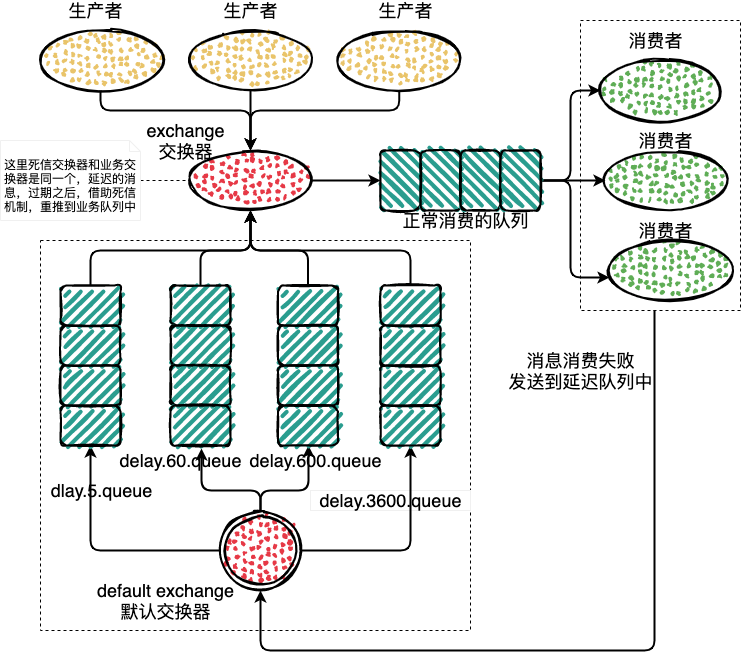
Earlier version of the draw.io export img/mq-dead-queue.png (boilingfrog/Go-POINT). Source tidied: cells renumbered, new cells last; positions are measured from the earlier drawing's top-left corner, leaving out a move shared by most shapes.
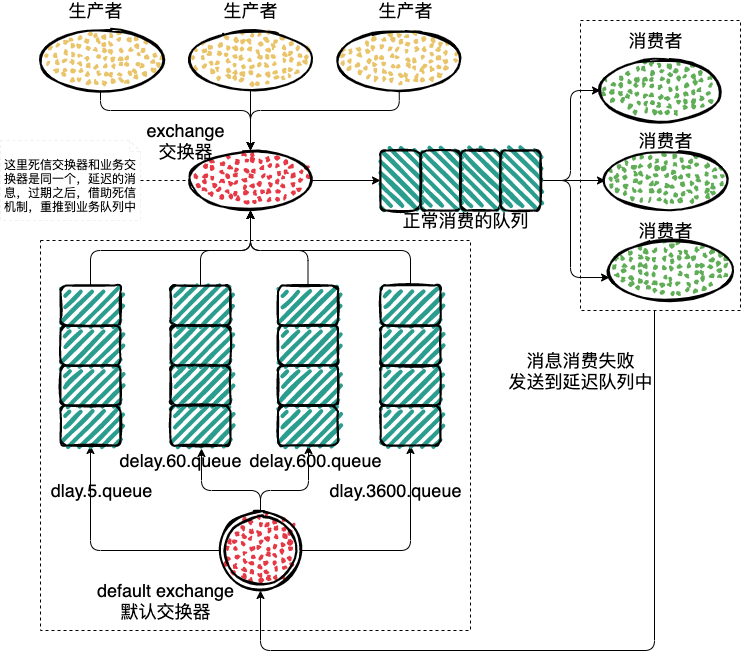
After the commit.

What changed in the source:
```diff
@@ -11,7 +11,7 @@
     <mxCell id="4" value="&lt;span style=&quot;font-size: 18px&quot;&gt;default exchange&lt;br&gt;默认交换器&lt;br&gt;&lt;/span&gt;" style="text;html=1;align=center;verticalAlign=middle;strokeColor=none;strokeWidth=1;" parent="1" vertex="1">
       <mxGeometry x="90" y="580" width="150" height="40" as="geometry" />
     </mxCell>
-    <mxCell id="5" style="edgeStyle=orthogonalEdgeStyle;html=1;entryX=0.5;entryY=1;entryDx=0;entryDy=0;strokeWidth=2;" parent="1" edge="1" source="6" target="20">
+    <mxCell id="5" style="edgeStyle=orthogonalEdgeStyle;html=1;entryX=0.5;entryY=1;entryDx=0;entryDy=0;strokeWidth=1;" parent="1" edge="1" source="6" target="20">
       <mxGeometry relative="1" as="geometry">
         <Array as="points">
           <mxPoint x="200" y="250" />
@@ -31,9 +31,6 @@
     <mxCell id="9" value="&lt;span style=&quot;font-size: 18px&quot;&gt;delay.600.queue&lt;/span&gt;" style="text;html=1;align=center;verticalAlign=middle;strokeColor=none;strokeWidth=1;" parent="1" vertex="1">
       <mxGeometry x="240" y="450" width="150" height="20" as="geometry" />
     </mxCell>
-    <mxCell id="10" value="&lt;span style=&quot;font-size: 18px&quot;&gt;delay.3600.queue&lt;/span&gt;" style="text;html=1;align=center;verticalAlign=middle;strokeWidth=1;strokeColor=#f0f0f0;" parent="1" vertex="1">
-      <mxGeometry x="310" y="490" width="160" height="20" as="geometry" />
-    </mxCell>
     <mxCell id="11" style="rounded=1;whiteSpace=wrap;html=1;strokeWidth=2;fillWeight=4;hachureGap=8;hachureAngle=45;sketch=1;fillColor=#2A9D8F;" parent="1" vertex="1">
       <mxGeometry x="380" y="150" width="40" height="60" as="geometry" />
     </mxCell>
@@ -43,7 +40,7 @@
     <mxCell id="13" style="rounded=1;whiteSpace=wrap;html=1;strokeWidth=2;fillWeight=4;hachureGap=8;hachureAngle=45;sketch=1;fillColor=#2A9D8F;" parent="1" vertex="1">
       <mxGeometry x="460" y="150" width="40" height="60" as="geometry" />
     </mxCell>
-    <mxCell id="14" style="edgeStyle=orthogonalEdgeStyle;html=1;entryX=0;entryY=0.5;entryDx=0;entryDy=0;strokeWidth=2;" parent="1" edge="1" source="17" target="57">
+    <mxCell id="14" style="edgeStyle=orthogonalEdgeStyle;html=1;entryX=0;entryY=0.5;entryDx=0;entryDy=0;strokeWidth=1;" parent="1" edge="1" source="17" target="57">
       <mxGeometry relative="1" as="geometry">
         <Array as="points">
           <mxPoint x="570" y="180" />
@@ -51,10 +48,10 @@
         </Array>
       </mxGeometry>
     </mxCell>
-    <mxCell id="15" style="edgeStyle=orthogonalEdgeStyle;html=1;entryX=0;entryY=0.5;entryDx=0;entryDy=0;strokeWidth=2;" parent="1" edge="1" source="17" target="59">
+    <mxCell id="15" style="edgeStyle=orthogonalEdgeStyle;html=1;entryX=0;entryY=0.5;entryDx=0;entryDy=0;strokeWidth=1;" parent="1" edge="1" source="17" target="59">
       <mxGeometry relative="1" as="geometry" />
     </mxCell>
-    <mxCell id="16" style="edgeStyle=orthogonalEdgeStyle;html=1;entryX=-0.008;entryY=0.617;entryDx=0;entryDy=0;entryPerimeter=0;strokeWidth=2;" parent="1" edge="1" source="17" target="61">
+    <mxCell id="16" style="edgeStyle=orthogonalEdgeStyle;html=1;entryX=-0.008;entryY=0.617;entryDx=0;entryDy=0;entryPerimeter=0;strokeWidth=1;" parent="1" edge="1" source="17" target="61">
       <mxGeometry relative="1" as="geometry">
         <Array as="points">
           <mxPoint x="570" y="180" />
@@ -68,7 +65,7 @@
     <mxCell id="18" value="&lt;span style=&quot;font-size: 18px&quot;&gt;正常消费的队列&lt;/span&gt;" style="text;html=1;align=center;verticalAlign=middle;strokeColor=none;strokeWidth=1;" parent="1" vertex="1">
       <mxGeometry x="395" y="210" width="140" height="20" as="geometry" />
     </mxCell>
-    <mxCell id="19" style="edgeStyle=orthogonalEdgeStyle;html=1;entryX=0;entryY=0.5;entryDx=0;entryDy=0;strokeWidth=2;" parent="1" edge="1" source="20" target="11">
+    <mxCell id="19" style="edgeStyle=orthogonalEdgeStyle;html=1;entryX=0;entryY=0.5;entryDx=0;entryDy=0;strokeWidth=1;" parent="1" edge="1" source="20" target="11">
       <mxGeometry relative="1" as="geometry" />
     </mxCell>
     <mxCell id="20" style="ellipse;whiteSpace=wrap;html=1;strokeWidth=2;fillWeight=2;hachureGap=8;fillStyle=dots;sketch=1;fillColor=#e63946;" parent="1" vertex="1">
@@ -77,7 +74,7 @@
     <mxCell id="21" value="&lt;span style=&quot;font-size: 18px&quot;&gt;exchange&lt;br&gt;交换器&lt;br&gt;&lt;/span&gt;" style="text;html=1;align=center;verticalAlign=middle;strokeColor=none;strokeWidth=1;" parent="1" vertex="1">
       <mxGeometry x="140" y="120" width="90" height="40" as="geometry" />
     </mxCell>
-    <mxCell id="22" style="edgeStyle=orthogonalEdgeStyle;html=1;strokeWidth=2;" parent="1" edge="1" source="23" target="20">
+    <mxCell id="22" style="edgeStyle=orthogonalEdgeStyle;html=1;strokeWidth=1;" parent="1" edge="1" source="23" target="20">
       <mxGeometry relative="1" as="geometry">
         <Array as="points">
           <mxPoint x="399" y="110" />
@@ -91,7 +88,7 @@
     <mxCell id="24" value="&lt;span style=&quot;font-size: 18px&quot;&gt;生产者&lt;/span&gt;" style="text;html=1;align=center;verticalAlign=middle;strokeColor=none;strokeWidth=1;" parent="1" vertex="1">
       <mxGeometry x="370" width="70" height="20" as="geometry" />
     </mxCell>
-    <mxCell id="25" style="edgeStyle=orthogonalEdgeStyle;html=1;strokeWidth=2;" parent="1" edge="1" source="26">
+    <mxCell id="25" style="edgeStyle=orthogonalEdgeStyle;html=1;strokeWidth=1;" parent="1" edge="1" source="26">
       <mxGeometry relative="1" as="geometry">
         <mxPoint x="250" y="150" as="targetPoint" />
         <Array as="points">
@@ -106,7 +103,7 @@
     <mxCell id="27" value="&lt;span style=&quot;font-size: 18px&quot;&gt;生产者&lt;/span&gt;" style="text;html=1;align=center;verticalAlign=middle;strokeColor=none;strokeWidth=1;" parent="1" vertex="1">
       <mxGeometry x="60" width="70" height="20" as="geometry" />
     </mxCell>
-    <mxCell id="28" style="edgeStyle=orthogonalEdgeStyle;html=1;entryX=0.5;entryY=1;entryDx=0;entryDy=0;strokeWidth=2;" parent="1" edge="1" target="34">
+    <mxCell id="28" style="edgeStyle=orthogonalEdgeStyle;html=1;entryX=0.5;entryY=1;entryDx=0;entryDy=0;strokeWidth=1;" parent="1" edge="1" target="34">
       <mxGeometry relative="1" as="geometry">
         <mxPoint x="654" y="310" as="sourcePoint" />
         <Array as="points">
@@ -118,10 +115,10 @@
     <mxCell id="29" value="&lt;span style=&quot;font-size: 18px&quot;&gt;消费者&lt;/span&gt;" style="text;html=1;align=center;verticalAlign=middle;strokeColor=none;" parent="1" vertex="1">
       <mxGeometry x="620" y="30" width="70" height="20" as="geometry" />
     </mxCell>
-    <mxCell id="30" style="edgeStyle=orthogonalEdgeStyle;html=1;strokeWidth=2;" parent="1" edge="1" source="34" target="51">
+    <mxCell id="30" style="edgeStyle=orthogonalEdgeStyle;html=1;strokeWidth=1;" parent="1" edge="1" source="34" target="51">
       <mxGeometry relative="1" as="geometry" />
     </mxCell>
-    <mxCell id="31" style="edgeStyle=orthogonalEdgeStyle;html=1;entryX=0.65;entryY=-0.1;entryDx=0;entryDy=0;entryPerimeter=0;strokeWidth=2;" parent="1" edge="1" source="34" target="8">
+    <mxCell id="31" style="edgeStyle=orthogonalEdgeStyle;html=1;entryX=0.65;entryY=-0.1;entryDx=0;entryDy=0;entryPerimeter=0;strokeWidth=1;" parent="1" edge="1" source="34" target="8">
       <mxGeometry relative="1" as="geometry">
         <Array as="points">
           <mxPoint x="260" y="490" />
@@ -129,10 +126,10 @@
         </Array>
       </mxGeometry>
     </mxCell>
-    <mxCell id="32" style="edgeStyle=orthogonalEdgeStyle;html=1;entryX=1;entryY=0.5;entryDx=0;entryDy=0;strokeWidth=2;" parent="1" edge="1" source="34" target="46">
+    <mxCell id="32" style="edgeStyle=orthogonalEdgeStyle;html=1;entryX=1;entryY=0.5;entryDx=0;entryDy=0;strokeWidth=1;" parent="1" edge="1" source="34" target="46">
       <mxGeometry relative="1" as="geometry" />
     </mxCell>
-    <mxCell id="33" style="edgeStyle=orthogonalEdgeStyle;html=1;strokeWidth=2;" parent="1" edge="1" source="34" target="41">
+    <mxCell id="33" style="edgeStyle=orthogonalEdgeStyle;html=1;strokeWidth=1;" parent="1" edge="1" source="34" target="41">
       <mxGeometry relative="1" as="geometry">
         <Array as="points">
           <mxPoint x="260" y="490" />
@@ -149,7 +146,7 @@
     <mxCell id="36" style="rounded=1;whiteSpace=wrap;html=1;strokeWidth=2;fillWeight=4;hachureGap=8;hachureAngle=45;sketch=1;fillColor=#2A9D8F;direction=south;" parent="1" vertex="1">
       <mxGeometry x="170" y="405" width="60" height="40" as="geometry" />
     </mxCell>
-    <mxCell id="37" style="edgeStyle=orthogonalEdgeStyle;html=1;entryX=0.5;entryY=1;entryDx=0;entryDy=0;strokeWidth=2;" parent="1" edge="1" source="38" target="20">
+    <mxCell id="37" style="edgeStyle=orthogonalEdgeStyle;html=1;entryX=0.5;entryY=1;entryDx=0;entryDy=0;strokeWidth=1;" parent="1" edge="1" source="38" target="20">
       <mxGeometry relative="1" as="geometry">
         <Array as="points">
           <mxPoint x="308" y="250" />
@@ -169,7 +166,7 @@
     <mxCell id="41" style="rounded=1;whiteSpace=wrap;html=1;strokeWidth=2;fillWeight=4;hachureGap=8;hachureAngle=45;sketch=1;fillColor=#2A9D8F;direction=south;" parent="1" vertex="1">
       <mxGeometry x="277.5" y="405" width="60" height="40" as="geometry" />
     </mxCell>
-    <mxCell id="42" style="edgeStyle=orthogonalEdgeStyle;html=1;entryX=0.5;entryY=1;entryDx=0;entryDy=0;strokeWidth=2;" parent="1" edge="1" source="43" target="20">
+    <mxCell id="42" style="edgeStyle=orthogonalEdgeStyle;html=1;entryX=0.5;entryY=1;entryDx=0;entryDy=0;strokeWidth=1;" parent="1" edge="1" source="43" target="20">
       <mxGeometry relative="1" as="geometry">
         <Array as="points">
           <mxPoint x="410" y="250" />
@@ -189,7 +186,7 @@
     <mxCell id="46" style="rounded=1;whiteSpace=wrap;html=1;strokeWidth=2;fillWeight=4;hachureGap=8;hachureAngle=45;sketch=1;fillColor=#2A9D8F;direction=south;" parent="1" vertex="1">
       <mxGeometry x="380" y="405" width="60" height="40" as="geometry" />
     </mxCell>
-    <mxCell id="47" style="edgeStyle=orthogonalEdgeStyle;html=1;strokeWidth=2;entryX=0.5;entryY=1;entryDx=0;entryDy=0;" parent="1" edge="1" source="48" target="20">
+    <mxCell id="47" style="edgeStyle=orthogonalEdgeStyle;html=1;strokeWidth=1;entryX=0.5;entryY=1;entryDx=0;entryDy=0;" parent="1" edge="1" source="48" target="20">
       <mxGeometry relative="1" as="geometry">
         <Array as="points">
           <mxPoint x="90" y="250" />
@@ -212,7 +209,7 @@
     <mxCell id="52" value="&lt;span style=&quot;font-size: 18px&quot;&gt;dlay.5.queue&lt;/span&gt;" style="text;html=1;align=center;verticalAlign=middle;strokeColor=none;strokeWidth=1;" parent="1" vertex="1">
       <mxGeometry x="41.2" y="480" width="120" height="20" as="geometry" />
     </mxCell>
-    <mxCell id="53" style="edgeStyle=orthogonalEdgeStyle;html=1;entryX=0.5;entryY=0;entryDx=0;entryDy=0;strokeWidth=2;" parent="1" edge="1" source="54" target="20">
+    <mxCell id="53" style="edgeStyle=orthogonalEdgeStyle;html=1;entryX=0.5;entryY=0;entryDx=0;entryDy=0;strokeWidth=1;" parent="1" edge="1" source="54" target="20">
       <mxGeometry relative="1" as="geometry" />
     </mxCell>
     <mxCell id="54" style="ellipse;whiteSpace=wrap;html=1;strokeWidth=2;fillWeight=2;hachureGap=8;fillStyle=dots;sketch=1;fillColor=#E9C46A;" parent="1" vertex="1">
@@ -242,8 +239,11 @@
     <mxCell id="62" style="edgeStyle=orthogonalEdgeStyle;html=1;entryX=0;entryY=0.5;entryDx=0;entryDy=0;strokeWidth=1;endArrow=none;endFill=0;startArrow=none;startFill=0;dashed=1;" parent="1" edge="1" source="63" target="20">
       <mxGeometry relative="1" as="geometry" />
     </mxCell>
-    <mxCell id="63" value="这里死信交换器和业务交换器是同一个，延迟的消息，过期之后，借助死信机制，重推到业务队列中" style="shape=note2;boundedLbl=1;whiteSpace=wrap;html=1;size=11;verticalAlign=top;align=center;strokeColor=#f0f0f0;fillColor=none;" parent="1" vertex="1">
+    <mxCell id="63" value="这里死信交换器和业务交换器是同一个，延迟的消息，过期之后，借助死信机制，重推到业务队列中" style="shape=note2;boundedLbl=1;whiteSpace=wrap;html=1;size=11;verticalAlign=top;align=center;strokeColor=#f0f0f0;fillColor=none;dashed=1;" parent="1" vertex="1">
       <mxGeometry y="140" width="140" height="80" as="geometry" />
     </mxCell>
+    <mxCell id="64" value="&lt;span style=&quot;font-size: 18px&quot;&gt;dlay.3600.queue&lt;/span&gt;" style="text;html=1;align=center;verticalAlign=middle;strokeColor=none;strokeWidth=1;" parent="1" vertex="1">
+      <mxGeometry x="320" y="480" width="150" height="20" as="geometry" />
+    </mxCell>
   </root>
 </mxGraphModel>
```
